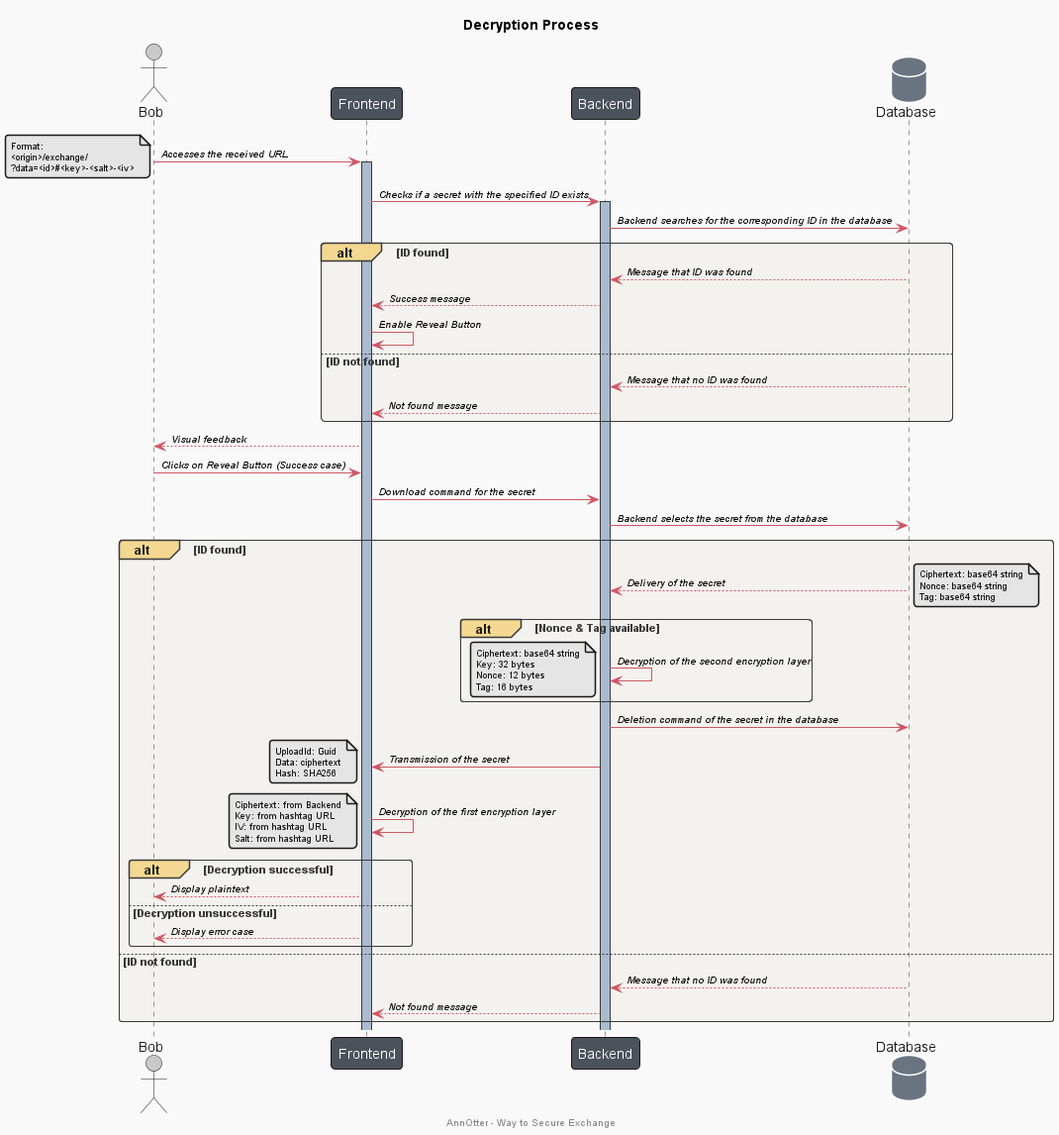
daniiiol/AnnOtter.WayToSecureExchange keeps this PlantUML diagram as docs/plantuml/export/howto_decryption_sequence.png. Above is the earlier version.
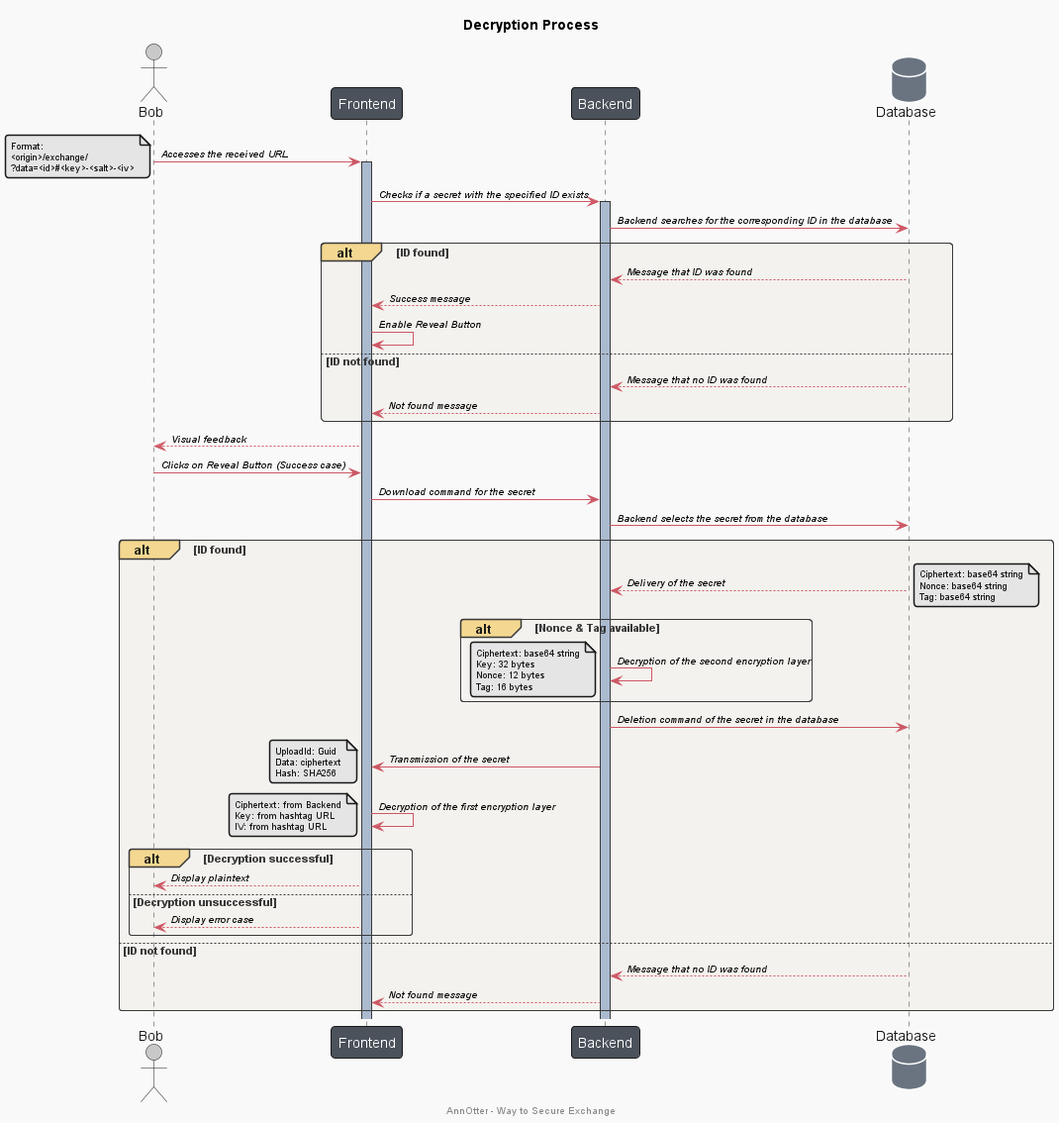
After the commit.

The edit, as a diff of the source:
```diff
@@ -72,7 +72,6 @@
             Ciphertext: from Backend
             Key: from hashtag URL
             IV: from hashtag URL
-            Salt: from hashtag URL
         end note
 
         alt Decryption successful
```
